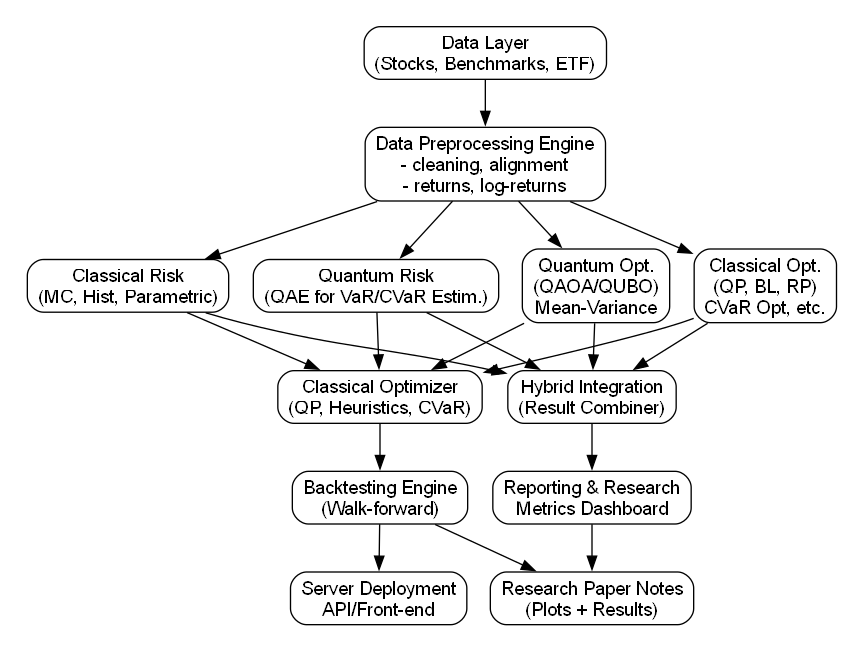
Earlier version of the Graphviz export implementations/implementation_01/architecture/architecture.png (atharvmunot004/BTech-Project-COEP-Grp45-2026). Its source is kept beside it as implementations/implementation_01/architecture/architecture.gv.
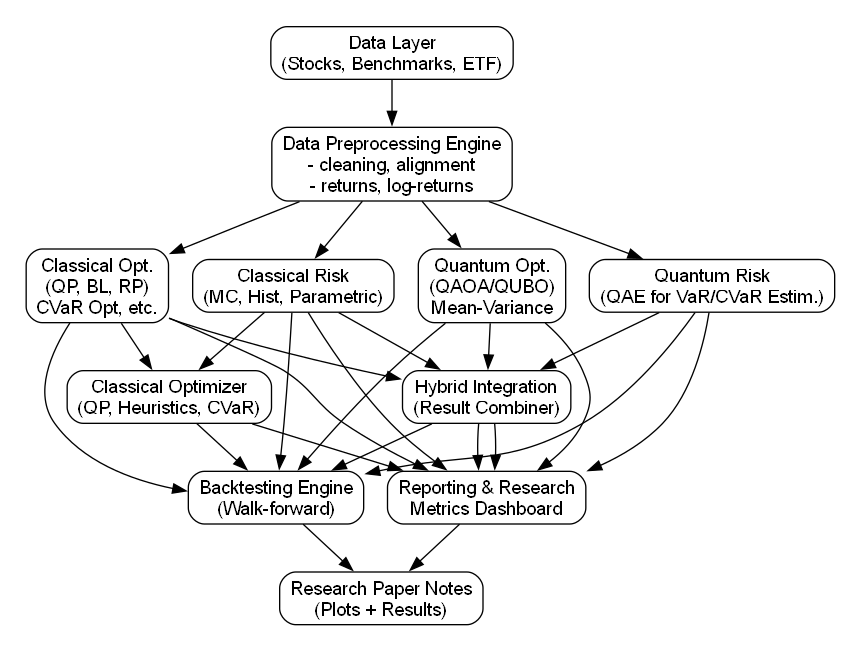
Above is the later version.

Change to the diagram source:
```diff
@@ -21,7 +21,6 @@
         BacktestingEngine [label="Backtesting Engine\n(Walk-forward)"];
         ReportingResearch [label="Reporting & Research\nMetrics Dashboard"];
 
-        ServerDeployment [label="Server Deployment\nAPI/Front-end"];
         ResearchPaperNotes [label="Research Paper Notes\n(Plots + Results)"];
     }
 
@@ -34,17 +33,29 @@
 
     ClassicalRisk -> ClassicalOptimizer;
     ClassicalRisk -> HybridIntegration;
-    QuantumRisk -> ClassicalOptimizer;
+    ClassicalRisk -> BacktestingEngine;
+    ClassicalRisk -> ReportingResearch;
+
     QuantumRisk -> HybridIntegration;
-    QuantumOpt -> ClassicalOptimizer;
+    QuantumRisk -> BacktestingEngine;
+    QuantumRisk -> ReportingResearch;
+
     QuantumOpt -> HybridIntegration;
+    QuantumOpt -> BacktestingEngine;
+    QuantumOpt -> ReportingResearch;
+
     ClassicalOpt -> ClassicalOptimizer;
     ClassicalOpt -> HybridIntegration;
+    ClassicalOpt -> BacktestingEngine;
+    ClassicalOpt -> ReportingResearch;
 
     ClassicalOptimizer -> BacktestingEngine;
+    ClassicalOptimizer -> ReportingResearch;
+
+    HybridIntegration -> ReportingResearch;
+    HybridIntegration -> BacktestingEngine;
     HybridIntegration -> ReportingResearch;
 
-    BacktestingEngine -> ServerDeployment;
     BacktestingEngine -> ResearchPaperNotes;
     ReportingResearch -> ResearchPaperNotes;
 }
```
